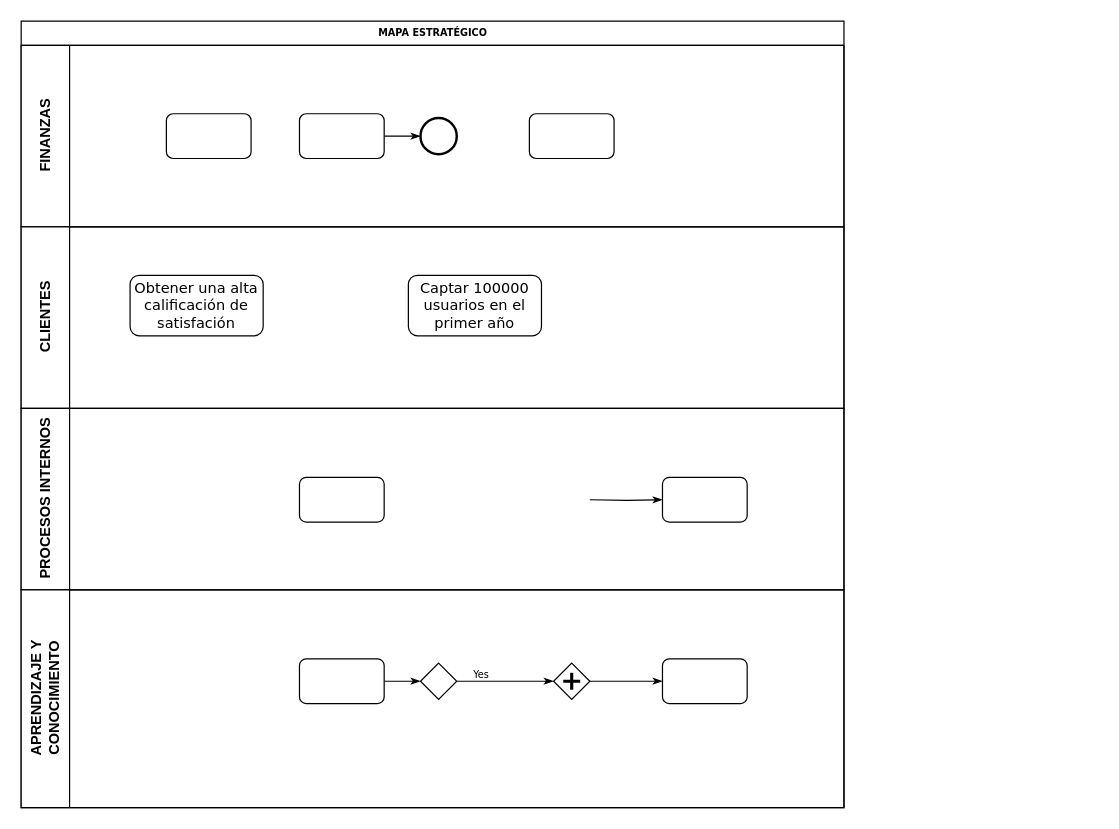
Above: CMI.drawio in paulchicaiza/tics (draw.io), before the change. Source tidied: cells renumbered, new cells numbered last; positions are measured from the earlier drawing's top-left corner, leaving out a move shared by most shapes. Both pictures are drawn from the tidied source at 121%, with x=0, y=0 at pixel (21, 21).
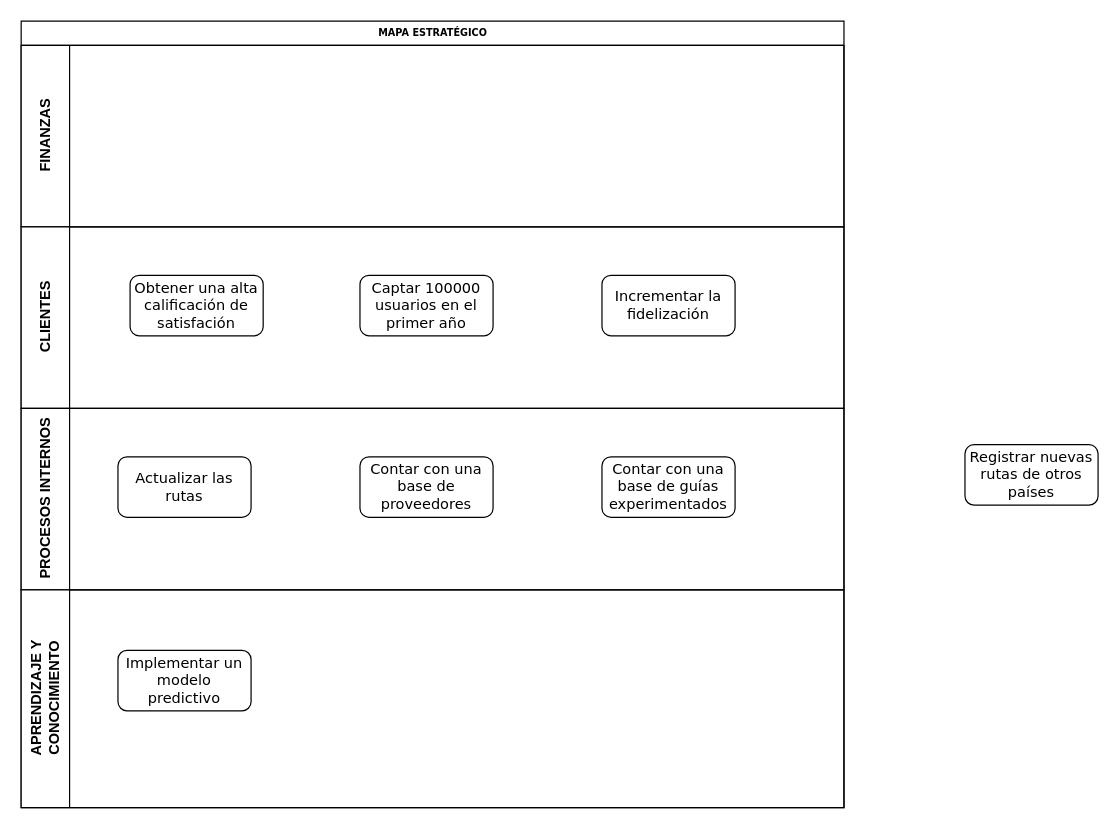
Above is the later version.

Unchanged cells that the change refers to:
```xml
<mxCell id="3" value="&lt;div&gt;FINANZAS&lt;/div&gt;" style="swimlane;html=1;startSize=40;horizontal=0;" parent="2" vertex="1">
  <mxGeometry y="20" width="680" height="150" as="geometry" />
</mxCell>
<mxCell id="9" value="CLIENTES" style="swimlane;html=1;startSize=40;horizontal=0;" parent="2" vertex="1">
  <mxGeometry y="170" width="680" height="150" as="geometry" />
</mxCell>
<mxCell id="12" value="PROCESOS INTERNOS" style="swimlane;html=1;startSize=40;horizontal=0;" parent="2" vertex="1">
  <mxGeometry y="320" width="680" height="150" as="geometry" />
</mxCell>
<mxCell id="16" value="&lt;div&gt;APRENDIZAJE Y &lt;br&gt;&lt;/div&gt;&lt;div&gt;CONOCIMIENTO&lt;/div&gt;" style="swimlane;html=1;startSize=40;horizontal=0;" parent="2" vertex="1">
  <mxGeometry y="470" width="680" height="180" as="geometry" />
</mxCell>
```

What changed in the source:
```diff
@@
-    <mxCell id="4" style="rounded=1;whiteSpace=wrap;html=1;shadow=0;labelBackgroundColor=none;strokeWidth=1;fontFamily=Verdana;fontSize=8;align=center;" parent="3" vertex="1">
-      <mxGeometry x="120" y="56.5" width="70" height="37" as="geometry" />
-    </mxCell>
-    <mxCell id="5" style="edgeStyle=orthogonalEdgeStyle;rounded=0;html=1;labelBackgroundColor=none;startArrow=none;startFill=0;startSize=5;endArrow=classicThin;endFill=1;endSize=5;jettySize=auto;strokeWidth=1;fontFamily=Verdana;fontSize=8;" parent="3" edge="1" source="6" target="7">
-      <mxGeometry relative="1" as="geometry" />
-    </mxCell>
-    <mxCell id="6" style="rounded=1;whiteSpace=wrap;html=1;shadow=0;labelBackgroundColor=none;strokeWidth=1;fontFamily=Verdana;fontSize=8;align=center;" parent="3" vertex="1">
-      <mxGeometry x="230" y="56.5" width="70" height="37" as="geometry" />
-    </mxCell>
-    <mxCell id="7" style="ellipse;whiteSpace=wrap;html=1;rounded=0;shadow=0;labelBackgroundColor=none;strokeWidth=2;fontFamily=Verdana;fontSize=8;align=center;" parent="3" vertex="1">
-      <mxGeometry x="330" y="60" width="30" height="30" as="geometry" />
-    </mxCell>
-    <mxCell id="8" style="rounded=1;whiteSpace=wrap;html=1;shadow=0;labelBackgroundColor=none;strokeWidth=1;fontFamily=Verdana;fontSize=8;align=center;" parent="3" vertex="1">
-      <mxGeometry x="420" y="56.5" width="70" height="37" as="geometry" />
-    </mxCell>
@@
     <mxCell id="11" value="Captar 100000 usuarios en el primer año" style="rounded=1;whiteSpace=wrap;html=1;shadow=0;labelBackgroundColor=none;strokeWidth=1;fontFamily=Verdana;fontSize=12;align=center;" parent="9" vertex="1">
-      <mxGeometry x="320" y="40" width="110" height="50" as="geometry" />
+      <mxGeometry x="280" y="40" width="110" height="50" as="geometry" />
     </mxCell>
+    <mxCell id="24" value="Incrementar la fidelización" style="rounded=1;whiteSpace=wrap;html=1;shadow=0;labelBackgroundColor=none;strokeWidth=1;fontFamily=Verdana;fontSize=12;align=center;" parent="9" vertex="1">
+      <mxGeometry x="480" y="40" width="110" height="50" as="geometry" />
+    </mxCell>
@@
-    <mxCell id="13" style="rounded=1;whiteSpace=wrap;html=1;shadow=0;labelBackgroundColor=none;strokeWidth=1;fontFamily=Verdana;fontSize=8;align=center;" parent="12" vertex="1">
-      <mxGeometry x="230" y="57" width="70" height="37" as="geometry" />
-    </mxCell>
-    <mxCell id="14" style="edgeStyle=orthogonalEdgeStyle;rounded=0;html=1;labelBackgroundColor=none;startArrow=none;startFill=0;startSize=5;endArrow=classicThin;endFill=1;endSize=5;jettySize=auto;strokeColor=#000000;strokeWidth=1;fontFamily=Verdana;fontSize=8;fontColor=#000000;" parent="12" edge="1" target="15">
-      <mxGeometry relative="1" as="geometry">
-        <mxPoint x="470" y="75.5" as="sourcePoint" />
-      </mxGeometry>
-    </mxCell>
-    <mxCell id="15" style="rounded=1;whiteSpace=wrap;html=1;shadow=0;labelBackgroundColor=none;strokeWidth=1;fontFamily=Verdana;fontSize=8;align=center;" parent="12" vertex="1">
-      <mxGeometry x="530" y="57" width="70" height="37" as="geometry" />
-    </mxCell>
+    <mxCell id="25" value="Actualizar las rutas" style="rounded=1;whiteSpace=wrap;html=1;shadow=0;labelBackgroundColor=none;strokeWidth=1;fontFamily=Verdana;fontSize=12;align=center;" parent="12" vertex="1">
+      <mxGeometry x="80" y="40" width="110" height="50" as="geometry" />
+    </mxCell>
+    <mxCell id="26" value="Contar con una base de proveedores" style="rounded=1;whiteSpace=wrap;html=1;shadow=0;labelBackgroundColor=none;strokeWidth=1;fontFamily=Verdana;fontSize=12;align=center;" parent="12" vertex="1">
+      <mxGeometry x="280" y="40" width="110" height="50" as="geometry" />
+    </mxCell>
+    <mxCell id="27" value="Contar con una base de guías experimentados" style="rounded=1;whiteSpace=wrap;html=1;shadow=0;labelBackgroundColor=none;strokeWidth=1;fontFamily=Verdana;fontSize=12;align=center;" parent="12" vertex="1">
+      <mxGeometry x="480" y="40" width="110" height="50" as="geometry" />
+    </mxCell>
@@
-    <mxCell id="17" style="edgeStyle=orthogonalEdgeStyle;rounded=0;html=1;labelBackgroundColor=none;startArrow=none;startFill=0;startSize=5;endArrow=classicThin;endFill=1;endSize=5;jettySize=auto;strokeWidth=1;fontFamily=Verdana;fontSize=8;" parent="16" edge="1" source="18" target="20">
-      <mxGeometry relative="1" as="geometry" />
-    </mxCell>
-    <mxCell id="18" style="rounded=1;whiteSpace=wrap;html=1;shadow=0;labelBackgroundColor=none;strokeWidth=1;fontFamily=Verdana;fontSize=8;align=center;" parent="16" vertex="1">
-      <mxGeometry x="230" y="57" width="70" height="37" as="geometry" />
-    </mxCell>
-    <mxCell id="19" value="Yes" style="edgeStyle=orthogonalEdgeStyle;rounded=0;html=1;entryX=0;entryY=0.5;labelBackgroundColor=none;startArrow=none;startFill=0;startSize=5;endArrow=classicThin;endFill=1;endSize=5;jettySize=auto;strokeWidth=1;fontFamily=Verdana;fontSize=8;" parent="16" edge="1" source="20" target="22">
-      <mxGeometry x="-0.5" y="6" relative="1" as="geometry" />
-    </mxCell>
-    <mxCell id="20" style="strokeWidth=1;html=1;shape=mxgraph.flowchart.decision;whiteSpace=wrap;rounded=1;shadow=0;labelBackgroundColor=none;fontFamily=Verdana;fontSize=8;align=center;" parent="16" vertex="1">
-      <mxGeometry x="330" y="60.5" width="30" height="30" as="geometry" />
-    </mxCell>
-    <mxCell id="21" style="edgeStyle=orthogonalEdgeStyle;rounded=0;html=1;labelBackgroundColor=none;startArrow=none;startFill=0;startSize=5;endArrow=classicThin;endFill=1;endSize=5;jettySize=auto;strokeColor=#000000;strokeWidth=1;fontFamily=Verdana;fontSize=8;fontColor=#000000;" parent="16" edge="1" source="22" target="23">
-      <mxGeometry relative="1" as="geometry" />
-    </mxCell>
-    <mxCell id="22" style="shape=mxgraph.bpmn.shape;html=1;verticalLabelPosition=bottom;labelBackgroundColor=#ffffff;verticalAlign=top;perimeter=rhombusPerimeter;background=gateway;outline=none;symbol=parallelGw;rounded=1;shadow=0;strokeWidth=1;fontFamily=Verdana;fontSize=8;align=center;" parent="16" vertex="1">
-      <mxGeometry x="440" y="60.5" width="30" height="30" as="geometry" />
-    </mxCell>
-    <mxCell id="23" style="rounded=1;whiteSpace=wrap;html=1;shadow=0;labelBackgroundColor=none;strokeWidth=1;fontFamily=Verdana;fontSize=8;align=center;" parent="16" vertex="1">
-      <mxGeometry x="530" y="57" width="70" height="37" as="geometry" />
-    </mxCell>
+    <mxCell id="28" value="Implementar un modelo predictivo" style="rounded=1;whiteSpace=wrap;html=1;shadow=0;labelBackgroundColor=none;strokeWidth=1;fontFamily=Verdana;fontSize=12;align=center;" parent="16" vertex="1">
+      <mxGeometry x="80" y="50" width="110" height="50" as="geometry" />
+    </mxCell>
+    <mxCell id="29" value="Registrar nuevas rutas de otros países" style="rounded=1;whiteSpace=wrap;html=1;shadow=0;labelBackgroundColor=none;strokeWidth=1;fontFamily=Verdana;fontSize=12;align=center;" parent="1" vertex="1">
+      <mxGeometry x="780" y="350" width="110" height="50" as="geometry" />
+    </mxCell>
```
